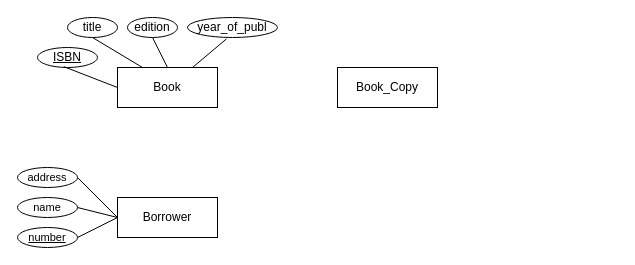
Before: ERD/DSAP-12.14.drawio in tuanrmit/ISYS3414, a draw.io diagram. Source tidied: cells renumbered, new cells numbered last; positions are measured from the earlier drawing's top-left corner, leaving out a move shared by most shapes. Both pictures are drawn from the tidied source at 100%, with x=0, y=0 at pixel (17, 17).
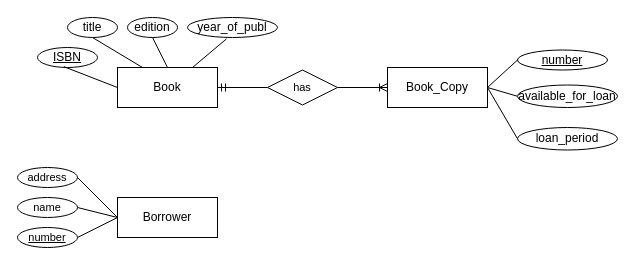
After the change.

The change refers to these unchanged cells:
```xml
<mxCell id="4" value="Book" style="whiteSpace=wrap;html=1;align=center;" parent="1" vertex="1">
  <mxGeometry x="100" y="50" width="100" height="40" as="geometry" />
</mxCell>
```

Diff of the diagram source:
```diff
@@
+    <mxCell id="19" style="edgeStyle=none;shape=connector;rounded=0;jettySize=auto;html=1;exitX=1;exitY=0.5;exitDx=0;exitDy=0;entryX=0;entryY=0.5;entryDx=0;entryDy=0;strokeColor=default;align=center;verticalAlign=middle;fontFamily=Helvetica;fontSize=11;fontColor=default;labelBackgroundColor=default;endArrow=none;endFill=0;" parent="1" edge="1" source="5" target="25">
+      <mxGeometry relative="1" as="geometry" />
+    </mxCell>
+    <mxCell id="20" style="edgeStyle=none;shape=connector;rounded=0;jettySize=auto;html=1;exitX=1;exitY=0.5;exitDx=0;exitDy=0;entryX=0;entryY=0.5;entryDx=0;entryDy=0;strokeColor=default;align=center;verticalAlign=middle;fontFamily=Helvetica;fontSize=11;fontColor=default;labelBackgroundColor=default;endArrow=none;endFill=0;" parent="1" edge="1" source="5" target="26">
+      <mxGeometry relative="1" as="geometry" />
+    </mxCell>
+    <mxCell id="21" style="edgeStyle=none;shape=connector;rounded=0;jettySize=auto;html=1;exitX=1;exitY=0.5;exitDx=0;exitDy=0;entryX=0;entryY=0.5;entryDx=0;entryDy=0;strokeColor=default;align=center;verticalAlign=middle;fontFamily=Helvetica;fontSize=11;fontColor=default;labelBackgroundColor=default;endArrow=none;endFill=0;" parent="1" edge="1" source="5" target="27">
+      <mxGeometry relative="1" as="geometry" />
+    </mxCell>
     <mxCell id="5" value="Book_Copy" style="whiteSpace=wrap;html=1;align=center;" parent="1" vertex="1">
-      <mxGeometry x="320" y="50" width="100" height="40" as="geometry" />
+      <mxGeometry x="370" y="50" width="100" height="40" as="geometry" />
     </mxCell>
@@
+    <mxCell id="22" style="edgeStyle=none;shape=connector;rounded=0;jettySize=auto;html=1;exitX=1;exitY=0.5;exitDx=0;exitDy=0;entryX=0;entryY=0.5;entryDx=0;entryDy=0;strokeColor=default;align=center;verticalAlign=middle;fontFamily=Helvetica;fontSize=11;fontColor=default;labelBackgroundColor=default;endArrow=ERoneToMany;endFill=0;" parent="1" edge="1" source="24" target="5">
+      <mxGeometry relative="1" as="geometry" />
+    </mxCell>
+    <mxCell id="23" style="edgeStyle=none;shape=connector;rounded=0;jettySize=auto;html=1;exitX=0;exitY=0.5;exitDx=0;exitDy=0;entryX=1;entryY=0.5;entryDx=0;entryDy=0;strokeColor=default;align=center;verticalAlign=middle;fontFamily=Helvetica;fontSize=11;fontColor=default;labelBackgroundColor=default;endArrow=ERmandOne;endFill=0;" parent="1" edge="1" source="24" target="4">
+      <mxGeometry relative="1" as="geometry" />
+    </mxCell>
+    <mxCell id="24" value="has" style="shape=rhombus;perimeter=rhombusPerimeter;whiteSpace=wrap;html=1;align=center;fontFamily=Helvetica;fontSize=11;fontColor=default;labelBackgroundColor=default;" parent="1" vertex="1">
+      <mxGeometry x="250" y="52.5" width="70" height="35" as="geometry" />
+    </mxCell>
+    <mxCell id="25" value="number" style="ellipse;whiteSpace=wrap;html=1;align=center;fontStyle=4;" parent="1" vertex="1">
+      <mxGeometry x="500" y="32.5" width="90" height="20" as="geometry" />
+    </mxCell>
+    <mxCell id="26" value="available_for_loan" style="ellipse;whiteSpace=wrap;html=1;align=center;" parent="1" vertex="1">
+      <mxGeometry x="500" y="67.5" width="100" height="22.5" as="geometry" />
+    </mxCell>
+    <mxCell id="27" value="loan_period" style="ellipse;whiteSpace=wrap;html=1;align=center;" parent="1" vertex="1">
+      <mxGeometry x="500" y="110" width="100" height="22.5" as="geometry" />
+    </mxCell>
```
